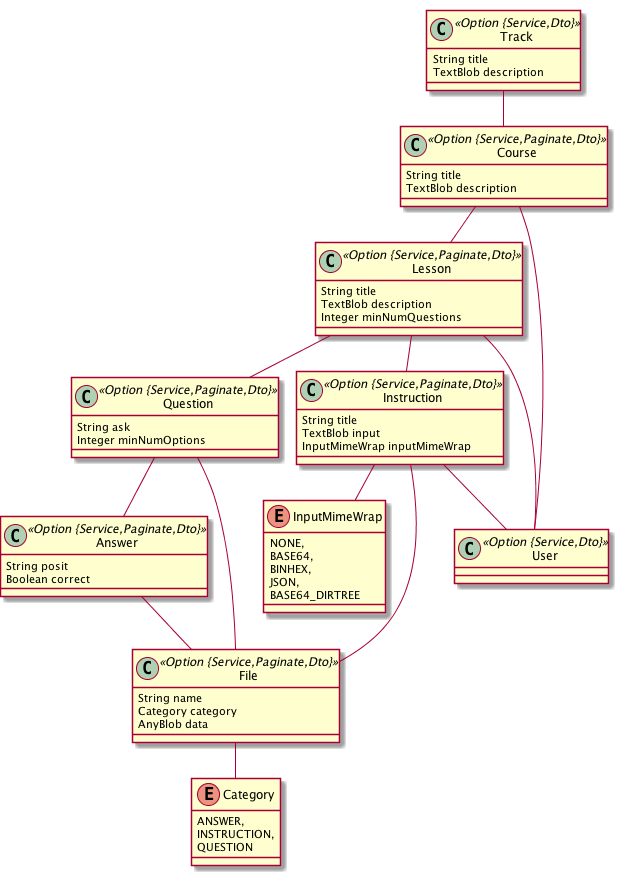
The PlantUML diagram init_entities.png in archimedon/jhipsterfun, before a commit.
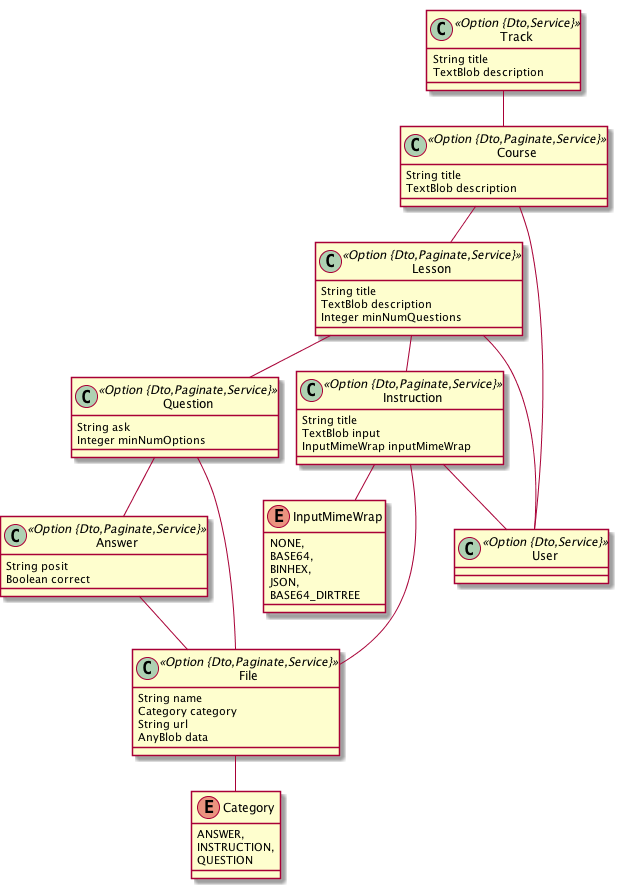
After the commit.

The edit, as a diff of the source:
```diff
@@ -13,36 +13,37 @@
 		INSTRUCTION,
 		QUESTION
 	}
-	class Question <<Option {Service,Paginate,Dto}>> {
+	class Question <<Option {Dto,Paginate,Service}>> {
 		String ask
 		Integer minNumOptions
 	}
-	class Answer <<Option {Service,Paginate,Dto}>> {
+	class Answer <<Option {Dto,Paginate,Service}>> {
 		String posit
 		Boolean correct
 	}
-	class Track <<Option {Service,Dto}>> {
+	class Track <<Option {Dto,Service}>> {
 		String title
 		TextBlob description
 	}
-	class Lesson <<Option {Service,Paginate,Dto}>> {
+	class Lesson <<Option {Dto,Paginate,Service}>> {
 		String title
 		TextBlob description
 		Integer minNumQuestions
 	}
-	class Course <<Option {Service,Paginate,Dto}>> {
+	class Course <<Option {Dto,Paginate,Service}>> {
 		String title
 		TextBlob description
 	}
-	class Instruction <<Option {Service,Paginate,Dto}>> {
+	class Instruction <<Option {Dto,Paginate,Service}>> {
 		String title
 		TextBlob input
 		InputMimeWrap inputMimeWrap
 	}
 	Instruction ..> InputMimeWrap
-	class File <<Option {Service,Paginate,Dto}>> {
+	class File <<Option {Dto,Paginate,Service}>> {
 		String name
 		Category category
+		String url
 		AnyBlob data
 	}
 	File ..> Category
@@ -57,6 +58,6 @@
 	Answer  "file(name) 0..* " o--o "answer(posit) 0..* "  File
 	Question  "file(name) 0..* " o--o "question(ask) 0..* "  File
 	Question  "answer(posit) 0..1 " --o "question(ask)  1..* "  Answer
-	class User <<Option {Service,Dto}>> {
+	class User <<Option {Dto,Service}>> {
 	}
 @enduml
```
